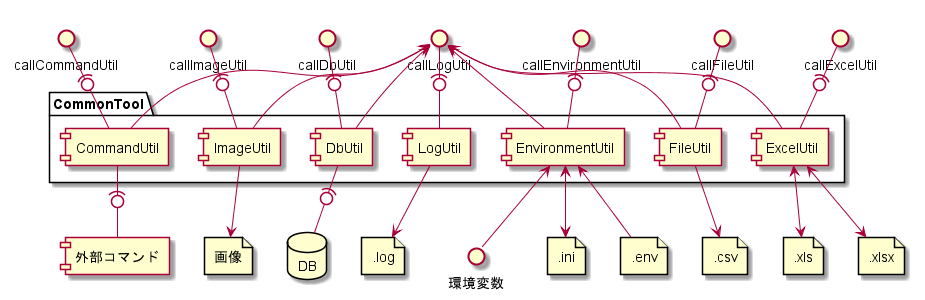
The PlantUML diagram doc/02_基本設計/img/コンポーネント図.png in hirorich/CommonTool, before a commit.
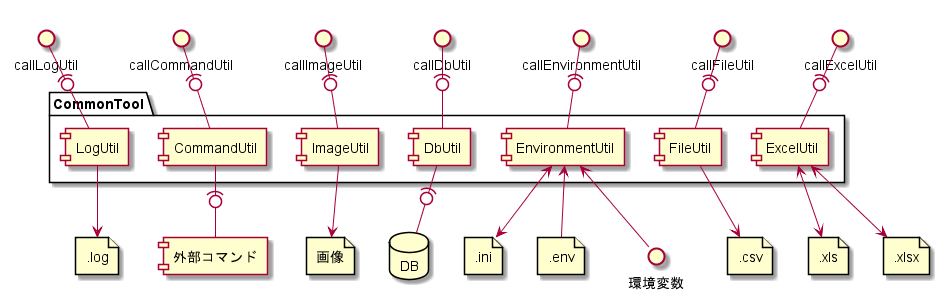
Above is the later version.

What changed in the source:
```diff
@@ -27,29 +27,23 @@
 
 callCommandUtil -(0- CommandUtil
 CommandUtil -(0- 外部コマンド
-callLogUtil <-- CommandUtil
 
 callImageUtil -(0- ImageUtil
 ImageUtil --> image
-callLogUtil <-- ImageUtil
 
 callDbUtil -(0- DbUtil
 DbUtil -(0- DB
-callLogUtil <-- DbUtil
 
 callEnvironmentUtil -(0- EnvironmentUtil
 EnvironmentUtil <--> ini
 EnvironmentUtil <-- env
 EnvironmentUtil <-- 環境変数
-callLogUtil <-- EnvironmentUtil
 
 callFileUtil -(0- FileUtil
 FileUtil --> csv
-callLogUtil <-- FileUtil
 
 callExcelUtil -(0- ExcelUtil
 ExcelUtil <--> xls
 ExcelUtil <--> xlsx
-callLogUtil <-- ExcelUtil
 
 @enduml
```
